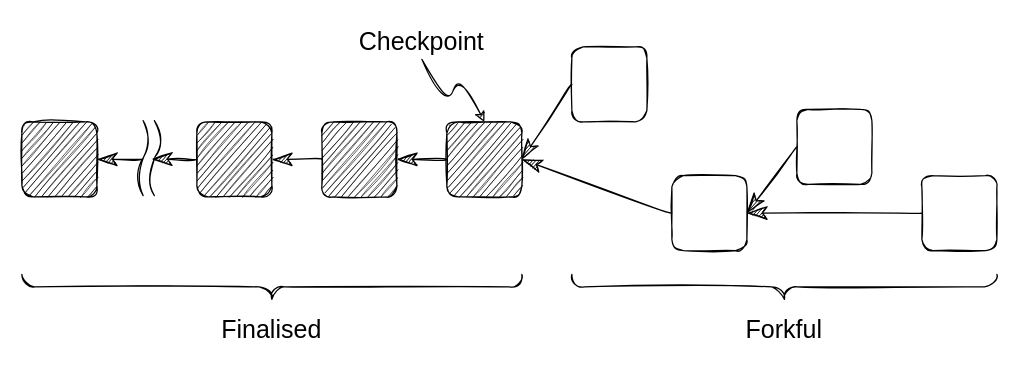
The draw.io diagram page "finality" (6 of 8) of src/diagrams/consensus.drawio in benjaminion/upgrading-ethereum-book, before the edit. Source tidied: cells renumbered, new cells numbered last; positions are measured from the earlier drawing's top-left corner, leaving out a move shared by most shapes. Both pictures are drawn from the tidied source at 125%, with x=0, y=0 at pixel (21, 21).
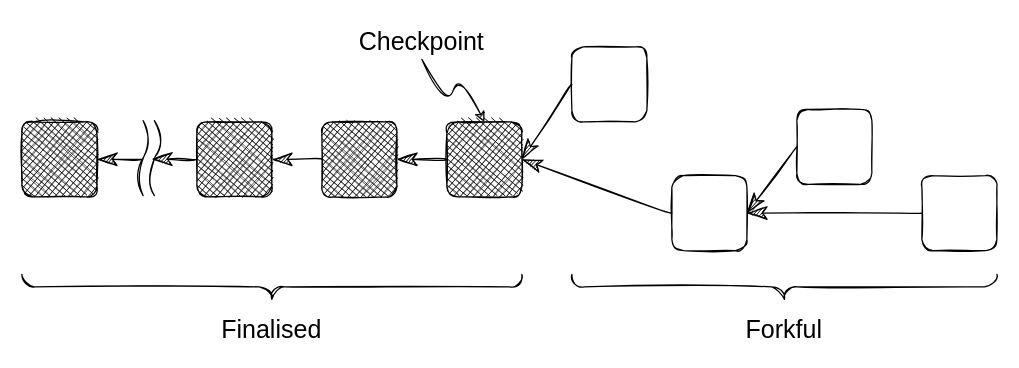
The same page after the edit.

Commit message:
Add reversion diagrams

Diff of the diagram source:
```diff
@@
-    <mxCell id="2" style="rounded=1;whiteSpace=wrap;html=1;sketch=1;hachureGap=4;fontFamily=Architects Daughter;fontSize=20;fillColor=#000000;" parent="1" vertex="1">
+    <mxCell id="2" style="rounded=1;whiteSpace=wrap;html=1;sketch=1;hachureGap=4;fontFamily=Architects Daughter;fontSize=20;fillColor=#000000;fillStyle=cross-hatch;" parent="1" vertex="1">
       <mxGeometry y="80" width="60" height="60" as="geometry" />
     </mxCell>
@@
-    <mxCell id="4" style="rounded=1;whiteSpace=wrap;html=1;sketch=1;hachureGap=4;fontFamily=Architects Daughter;fontSize=20;fillColor=#000000;" parent="1" vertex="1">
+    <mxCell id="4" style="rounded=1;whiteSpace=wrap;html=1;sketch=1;hachureGap=4;fontFamily=Architects Daughter;fontSize=20;fillColor=#000000;fillStyle=cross-hatch;" parent="1" vertex="1">
       <mxGeometry x="140" y="80" width="60" height="60" as="geometry" />
     </mxCell>
-    <mxCell id="5" style="rounded=1;whiteSpace=wrap;html=1;sketch=1;hachureGap=4;fontFamily=Architects Daughter;fontSize=20;fillColor=#000000;" parent="1" vertex="1">
+    <mxCell id="5" style="rounded=1;whiteSpace=wrap;html=1;sketch=1;hachureGap=4;fontFamily=Architects Daughter;fontSize=20;fillColor=#000000;fillStyle=cross-hatch;" parent="1" vertex="1">
       <mxGeometry x="240" y="80" width="60" height="60" as="geometry" />
     </mxCell>
-    <mxCell id="6" style="rounded=1;whiteSpace=wrap;html=1;sketch=1;hachureGap=4;fontFamily=Architects Daughter;fontSize=20;fillColor=#000000;" parent="1" vertex="1">
+    <mxCell id="6" style="rounded=1;whiteSpace=wrap;html=1;sketch=1;hachureGap=4;fontFamily=Architects Daughter;fontSize=20;fillColor=#000000;fillStyle=cross-hatch;" parent="1" vertex="1">
       <mxGeometry x="340" y="80" width="60" height="60" as="geometry" />
     </mxCell>
```
